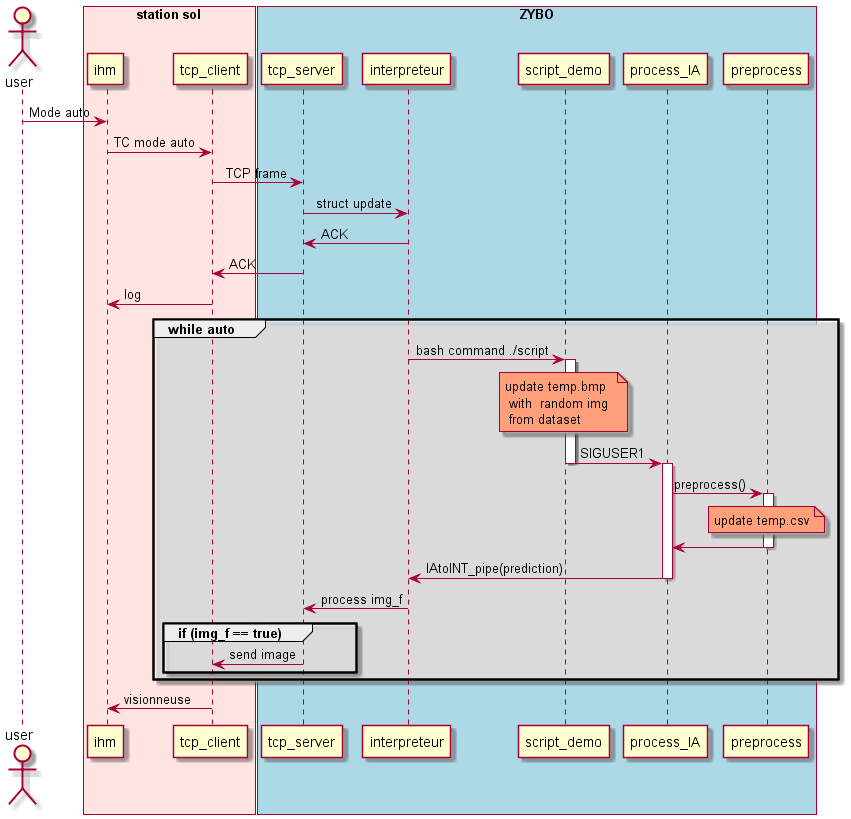
Above: out/plantuml/A-eye-visor/Sequence mode auto.png in GuilhemROLLAND/A-Eye_Documentation (PlantUML), before the change.
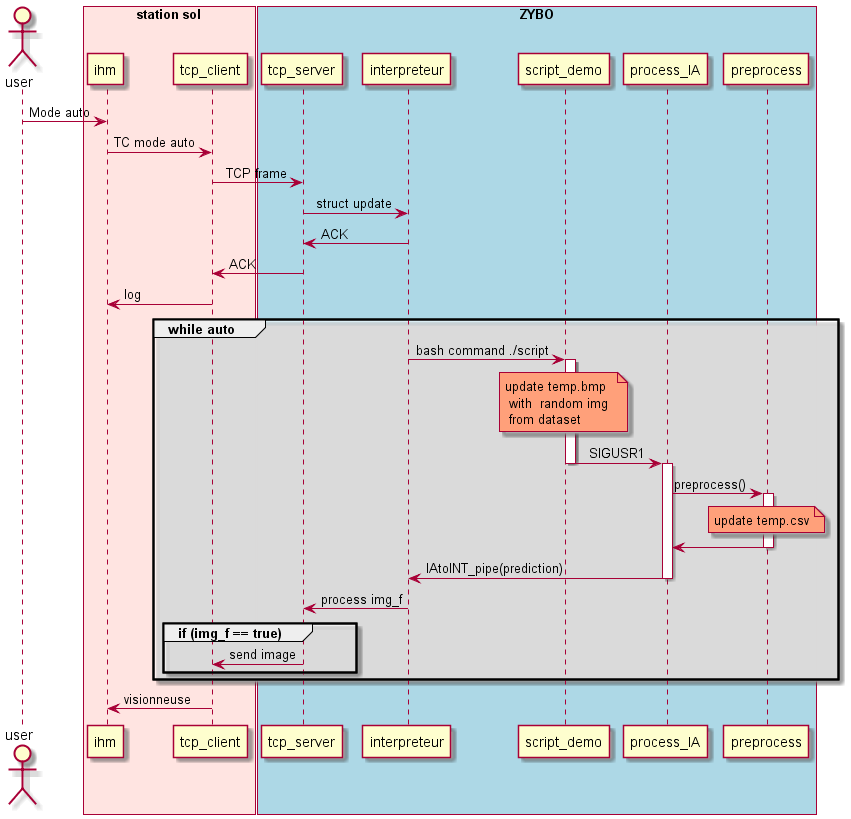
Above is the later version.

Change to the diagram source:
```diff
@@ -27,7 +27,7 @@
         activate script
         note over script #LightSalmon:  update temp.bmp \n with  random img \n from dataset
         activate script
-        script -> ia : SIGUSER1
+        script -> ia : SIGUSR1
         deactivate script
         deactivate script
         activate ia
```
